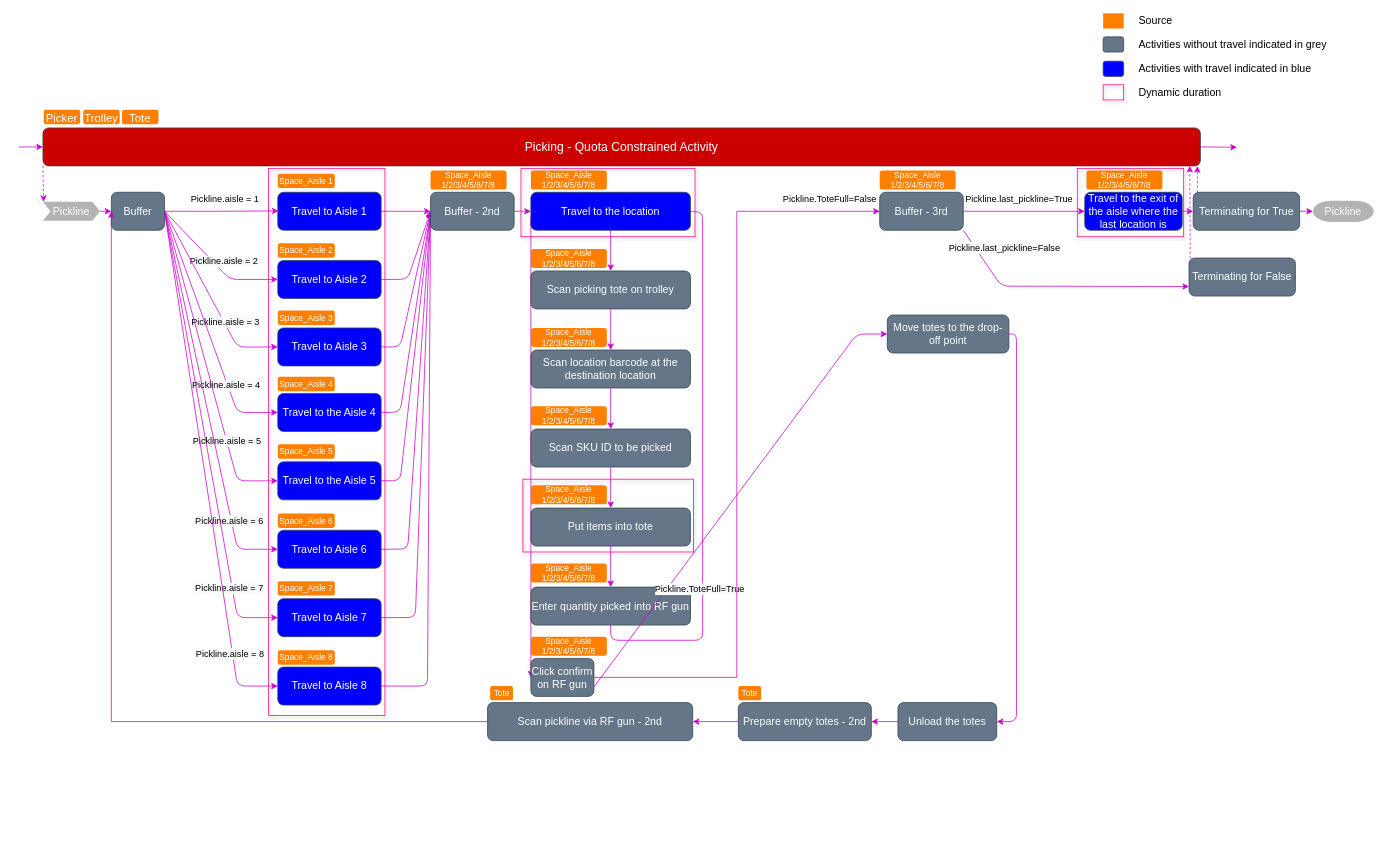
Above: picking.drawio in xfl11/xfliu (draw.io), before the change. Source tidied: cells renumbered, new cells numbered last; positions are measured from the earlier drawing's top-left corner, leaving out a move shared by most shapes. Both pictures are drawn from the tidied source at 76%, with x=0, y=0 at pixel (18, 13).
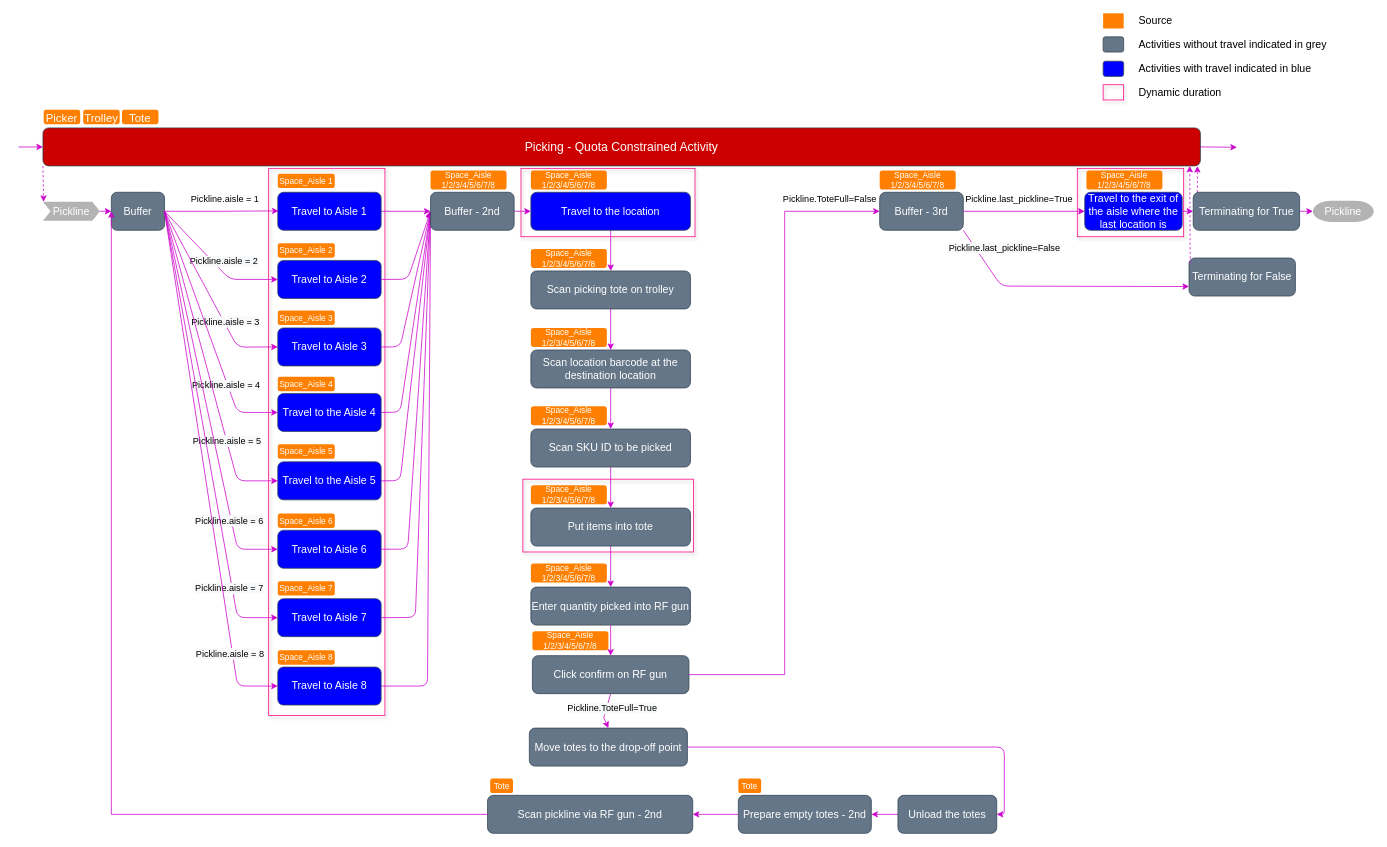
Above is the later version.

The change refers to these unchanged cells:
```xml
<mxCell id="70" value="Enter quantity picked into RF gun" style="whiteSpace=wrap;html=1;rounded=1;shadow=0;dashed=0;fontColor=#ffffff;strokeColor=#314354;fillColor=#647687;fontSize=14;" parent="1" vertex="1">
  <mxGeometry x="674" y="755" width="210" height="50" as="geometry" />
</mxCell>
```

Diff of the diagram source:
```diff
@@
     <mxCell id="13" value="Move totes to the drop-off point" style="whiteSpace=wrap;html=1;rounded=1;shadow=0;dashed=0;fontColor=#ffffff;strokeColor=#314354;fillColor=#647687;fontSize=14;" parent="1" vertex="1">
-      <mxGeometry x="1143" y="397" width="160" height="50" as="geometry" />
+      <mxGeometry x="672" y="940.5" width="208" height="50" as="geometry" />
     </mxCell>
@@
-    <mxCell id="69" style="edgeStyle=orthogonalEdgeStyle;rounded=1;jettySize=auto;html=1;exitX=0.5;exitY=1;exitDx=0;exitDy=0;entryX=0;entryY=0.5;entryDx=0;entryDy=0;strokeColor=#CC00CC;" parent="1" edge="1" source="70" target="73">
-      <mxGeometry relative="1" as="geometry">
-        <Array as="points">
-          <mxPoint x="779" y="825" />
-          <mxPoint x="900" y="825" />
-          <mxPoint x="900" y="261" />
-        </Array>
-      </mxGeometry>
+    <mxCell id="69" style="edgeStyle=orthogonalEdgeStyle;rounded=0;jettySize=auto;html=1;exitX=0.5;exitY=1;exitDx=0;exitDy=0;entryX=0.5;entryY=0;entryDx=0;entryDy=0;strokeColor=#CC00CC;align=center;verticalAlign=middle;fontFamily=Helvetica;fontSize=11;fontColor=default;labelBackgroundColor=default;endArrow=classic;" parent="1" edge="1" source="70" target="73">
+      <mxGeometry relative="1" as="geometry" />
     </mxCell>
@@
-    <mxCell id="71" style="edgeStyle=none;rounded=1;jettySize=auto;html=1;exitX=1;exitY=0.75;exitDx=0;exitDy=0;entryX=0;entryY=0.5;entryDx=0;entryDy=0;fontColor=#FFFFFF;strokeColor=#CC00CC;" parent="1" edge="1" source="73" target="13">
+    <mxCell id="71" style="edgeStyle=none;rounded=0;jettySize=auto;html=1;exitX=0.5;exitY=1;exitDx=0;exitDy=0;entryX=0.5;entryY=0;entryDx=0;entryDy=0;fontColor=#FFFFFF;strokeColor=#CC00CC;curved=0;" parent="1" edge="1" source="73" target="13">
       <mxGeometry relative="1" as="geometry">
         <Array as="points">
-          <mxPoint x="1103" y="422" />
+          <mxPoint x="770" y="927" />
         </Array>
       </mxGeometry>
     </mxCell>
     <mxCell id="72" value="&lt;span style=&quot;font-size: 12px ; text-align: left ; background-color: rgb(248 , 249 , 250)&quot;&gt;Pickline.ToteFull=True&lt;/span&gt;" style="edgeLabel;html=1;align=center;verticalAlign=middle;" parent="71" vertex="1">
       <mxGeometry x="-0.4" y="2" relative="1" as="geometry">
-        <mxPoint x="29" y="22" as="offset" />
+        <mxPoint x="3" y="5" as="offset" />
       </mxGeometry>
     </mxCell>
     <mxCell id="73" value="Click confirm on RF gun" style="whiteSpace=wrap;html=1;rounded=1;shadow=0;dashed=0;fontColor=#ffffff;strokeColor=#314354;fillColor=#647687;fontSize=14;" parent="1" vertex="1">
-      <mxGeometry x="674" y="848.8" width="83" height="50" as="geometry" />
+      <mxGeometry x="676" y="845.2" width="206" height="50" as="geometry" />
     </mxCell>
@@
     <mxCell id="81" value="Scan pickline via RF gun - 2nd" style="rounded=1;whiteSpace=wrap;html=1;fillColor=#647687;fontColor=#ffffff;strokeColor=#314354;fontSize=14;" parent="1" vertex="1">
-      <mxGeometry x="617" y="907" width="270" height="50" as="geometry" />
+      <mxGeometry x="617" y="1029" width="270" height="50" as="geometry" />
     </mxCell>
@@
     <mxCell id="83" value="Prepare empty totes - 2nd" style="rounded=1;whiteSpace=wrap;html=1;fillColor=#647687;fontColor=#ffffff;strokeColor=#314354;fontSize=14;" parent="1" vertex="1">
-      <mxGeometry x="947" y="907" width="175" height="50" as="geometry" />
+      <mxGeometry x="947" y="1029" width="175" height="50" as="geometry" />
     </mxCell>
@@
     <mxCell id="85" value="Tote" style="rounded=1;whiteSpace=wrap;html=1;labelBackgroundColor=none;fontSize=11;fillColor=#FF8000;fontColor=#FFFFFF;strokeColor=none;verticalAlign=middle;spacing=0;" parent="1" vertex="1">
-      <mxGeometry x="947" y="885" width="30" height="19" as="geometry" />
+      <mxGeometry x="947" y="1007" width="30" height="19" as="geometry" />
     </mxCell>
@@
     <mxCell id="87" value="Tote" style="rounded=1;whiteSpace=wrap;html=1;labelBackgroundColor=none;fontSize=11;fillColor=#FF8000;fontColor=#FFFFFF;strokeColor=none;verticalAlign=middle;spacing=0;" parent="1" vertex="1">
-      <mxGeometry x="620.5" y="885" width="30" height="19" as="geometry" />
+      <mxGeometry x="620.5" y="1007" width="30" height="19" as="geometry" />
     </mxCell>
@@
     <mxCell id="97" value="Unload the totes" style="rounded=1;whiteSpace=wrap;html=1;fontColor=#ffffff;strokeColor=#314354;fillColor=#647687;fontSize=14;" parent="1" vertex="1">
-      <mxGeometry x="1157" y="907" width="130" height="50" as="geometry" />
+      <mxGeometry x="1157" y="1029" width="130" height="50" as="geometry" />
     </mxCell>
@@
     <mxCell id="107" value="Space_Aisle 1/2/3/4/5/6/7/8" style="rounded=1;whiteSpace=wrap;html=1;labelBackgroundColor=none;fontSize=11;fillColor=#FF8000;fontColor=#FFFFFF;strokeColor=none;verticalAlign=middle;spacing=0;" parent="1" vertex="1">
-      <mxGeometry x="674" y="820.2" width="100" height="25" as="geometry" />
+      <mxGeometry x="676" y="813.2" width="100" height="25" as="geometry" />
     </mxCell>
```
